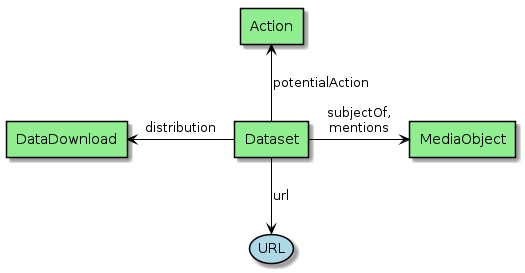
eovoc/eo-on-schema.org keeps this PlantUML diagram as series/diagrams/RelatedUrl.png. Above is the earlier version. Its diagram source:
```plantuml
@startuml

skinparam usecase {
BackgroundColor LightBlue
BorderColor Black
  ArrowColor Black
  linetype Ortho
}

skinparam agent {
BackgroundColor LightGreen
BorderColor Black
ArrowColor Black
linetype Ortho
}

agent Dataset
agent DataDownload
agent MediaObject
agent Action


Dataset -down-> (URL) : "url"

Dataset -right-> MediaObject : "subjectOf,\nmentions"

Dataset -left-> DataDownload : "distribution"

Dataset -up-> Action : "potentialAction"
@enduml
```
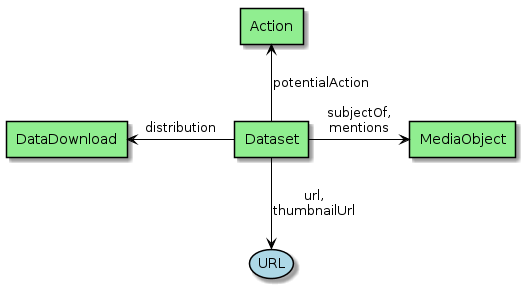
The same diagram one commit later.

The edit, as a diff of the source:
```diff
@@ -20,7 +20,7 @@
 agent Action
 
 
-Dataset -down-> (URL) : "url"
+Dataset -down-> (URL) : "url,\nthumbnailUrl"
 
 Dataset -right-> MediaObject : "subjectOf,\nmentions"
 
```
